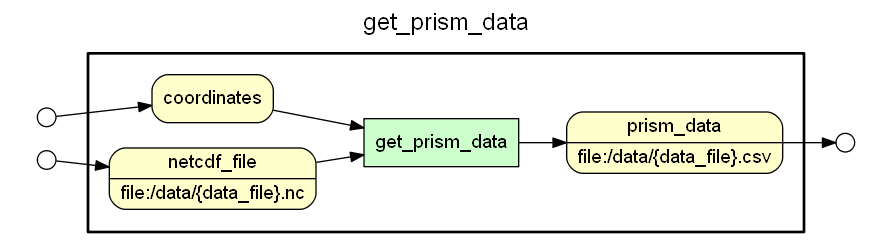
Above: public/prospective_prov_img/get_prism_data.png in idaks/wt-prov-Summer-2017 (Graphviz), before the change. Its source is kept beside it as .prov_scripts/gv_files/get_prism_data.gv.
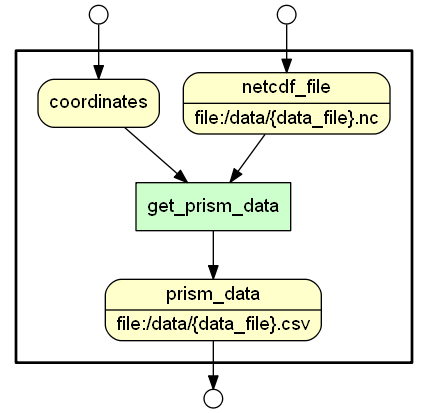
The same file after the commit.

The edit, as a diff of the source:
```diff
@@ -1,31 +1,25 @@
 digraph Workflow {
-rankdir=LR
+rankdir=TB
 fontname=Helvetica; fontsize=18; labelloc=t
-label=get_prism_data
+label=""
 subgraph cluster_workflow_box_outer { label=""; color=black; penwidth=2
 subgraph cluster_workflow_box_inner { label=""; penwidth=0
 node[shape=box style=filled fillcolor="#CCFFCC" peripheries=1 fontname=Helvetica]
 get_prism_data
 node[shape=box style="rounded,filled" fillcolor="#FFFFCC" peripheries=1 fontname=Helvetica]
-prism_data [shape=record rankdir=LR label="{{<f0> prism_data |<f1> file\:/data/\{data_file\}.csv}}"];
+prism_data [shape=record rankdir=LR label="{<f0> prism_data |<f1> file\:/data/\{data_file\}.csv}"];
 coordinates
-netcdf_file [shape=record rankdir=LR label="{{<f0> netcdf_file |<f1> file\:/data/\{data_file\}.nc}}"];
+netcdf_file [shape=record rankdir=LR label="{<f0> netcdf_file |<f1> file\:/data/\{data_file\}.nc}"];
 node[shape=box style="rounded,filled" fillcolor="#FCFCFC" peripheries=1 fontname=Helvetica]
 get_prism_data -> prism_data
 coordinates -> get_prism_data
 netcdf_file -> get_prism_data
 }}
-subgraph cluster_input_ports_group_outer { label=""; penwidth=0
-subgraph cluster_input_ports_group_inner { label=""; penwidth=0
 node[shape=circle style="rounded,filled" fillcolor="#FFFFFF" peripheries=1 fontname=Helvetica width=0.2]
 coordinates_input_port [label=""]
 netcdf_file_input_port [label=""]
-}}
-subgraph cluster_output_ports_group_outer { label=""; penwidth=0
-subgraph cluster_output_ports_group_inner { label=""; penwidth=0
 node[shape=circle style="rounded,filled" fillcolor="#FFFFFF" peripheries=1 fontname=Helvetica width=0.2]
 prism_data_output_port [label=""]
-}}
 coordinates_input_port -> coordinates
 netcdf_file_input_port -> netcdf_file
 prism_data -> prism_data_output_port
```
